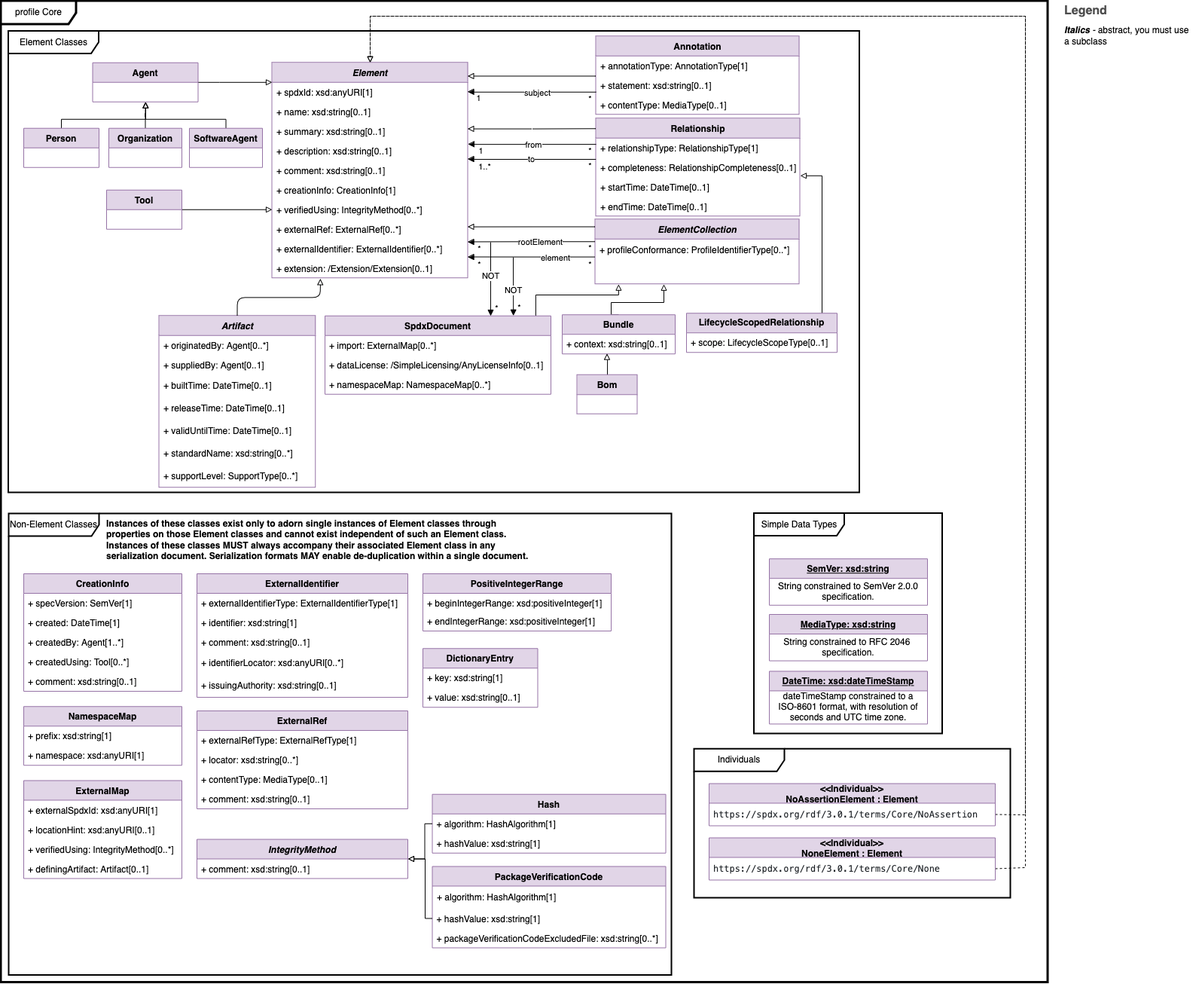
spdx/spdx-3-model keeps this draw.io diagram as images/model-core.png. Above is the earlier version. Source tidied: cells renumbered, new cells last; positions are measured from the earlier drawing's top-left corner, leaving out a move shared by most shapes.
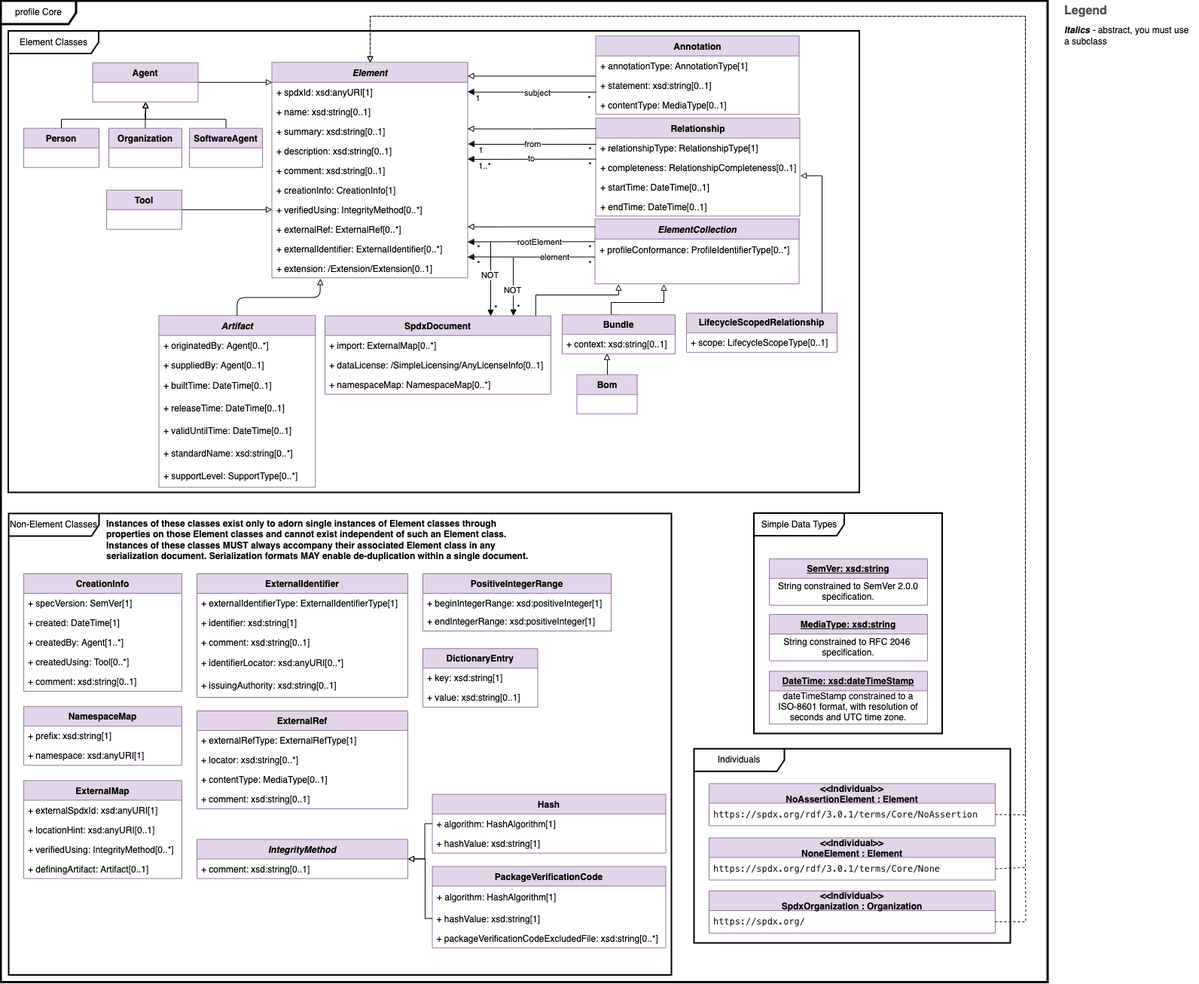
After the change.

Commit message:
Add new PNGs and SVGs with SpdxOrganization

Diff of the diagram source:
```diff
@@ -553,7 +553,7 @@
       </mxGeometry>
     </mxCell>
     <mxCell id="143" value="Individuals" style="shape=umlFrame;whiteSpace=wrap;html=1;width=120;height=30;strokeWidth=2;" parent="1" vertex="1">
-      <mxGeometry x="920" y="992.2" width="420" height="197.8" as="geometry" />
+      <mxGeometry x="920" y="992.2" width="420" height="257.8" as="geometry" />
     </mxCell>
     <mxCell id="144" style="endArrow=block;html=1;rounded=0;exitX=1;exitY=0.5;exitDx=0;exitDy=0;entryX=0.5;entryY=0;entryDx=0;entryDy=0;endFill=0;dashed=1;" parent="1" edge="1" source="147" target="5">
       <mxGeometry relative="1" as="geometry">
@@ -585,5 +585,16 @@
     <mxCell id="149" value="&lt;span style=&quot;color: rgb(31, 35, 40); font-family: ui-monospace, SFMono-Regular, &amp;quot;SF Mono&amp;quot;, Menlo, Consolas, &amp;quot;Liberation Mono&amp;quot;, monospace; font-size: 11.9px; white-space-collapse: break-spaces; background-color: rgb(255, 255, 255);&quot;&gt;https://spdx.org/rdf/3.0.1/terms/Core/None&lt;/span&gt;" style="text;strokeColor=none;fillColor=none;align=left;verticalAlign=middle;spacingLeft=4;spacingRight=4;overflow=hidden;points=[[0,0.5],[1,0.5]];portConstraint=eastwest;whiteSpace=wrap;html=1;" parent="148" vertex="1">
       <mxGeometry y="26" width="380" height="30" as="geometry" />
     </mxCell>
+    <mxCell id="150" value="&lt;&lt;Individual&gt;&gt;&#10;SpdxOrganization : Organization" style="swimlane;fontStyle=1;horizontal=1;startSize=26;fillColor=#e1d5e7;strokeColor=#9673a6;" parent="1" vertex="1">
+      <mxGeometry x="940" y="1181" width="380" height="56" as="geometry" />
+    </mxCell>
+    <mxCell id="151" style="edgeStyle=orthogonalEdgeStyle;rounded=0;jettySize=auto;html=1;exitX=1;exitY=0.5;exitDx=0;exitDy=0;endArrow=none;endFill=0;dashed=1;" parent="150" edge="1" source="152">
+      <mxGeometry relative="1" as="geometry">
+        <mxPoint x="420" y="-31" as="targetPoint" />
+      </mxGeometry>
+    </mxCell>
+    <mxCell id="152" value="&lt;span style=&quot;color: rgb(31, 35, 40); font-family: ui-monospace, SFMono-Regular, &amp;quot;SF Mono&amp;quot;, Menlo, Consolas, &amp;quot;Liberation Mono&amp;quot;, monospace; font-size: 11.9px; white-space-collapse: break-spaces; background-color: rgb(255, 255, 255);&quot;&gt;https://spdx.org/&lt;/span&gt;" style="text;strokeColor=none;fillColor=none;align=left;verticalAlign=middle;spacingLeft=4;spacingRight=4;overflow=hidden;points=[[0,0.5],[1,0.5]];portConstraint=eastwest;whiteSpace=wrap;html=1;" parent="150" vertex="1">
+      <mxGeometry y="26" width="380" height="30" as="geometry" />
+    </mxCell>
   </root>
 </mxGraphModel>
```
